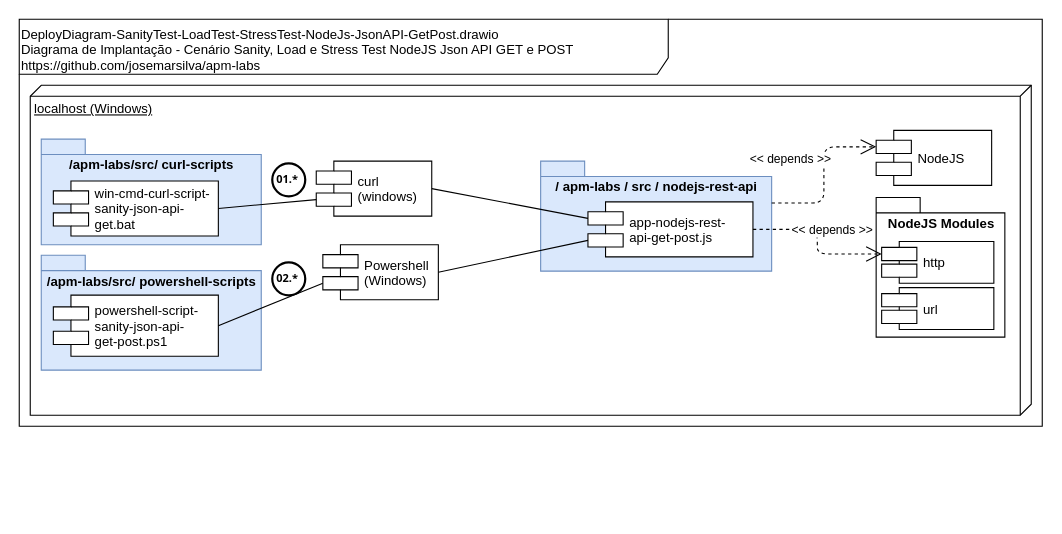
Above: doc/DeployDiagram-SanityTest-LoadTest-StressTest-NodeJs-JsonAPI-GetPost.drawio in josemarsilva/apm-labs (draw.io), before the change. Source tidied: cells renumbered, new cells numbered last; positions are measured from the earlier drawing's top-left corner, leaving out a move shared by most shapes. Both pictures are drawn from the tidied source at 110%, with x=0, y=0 at pixel (19, 19).
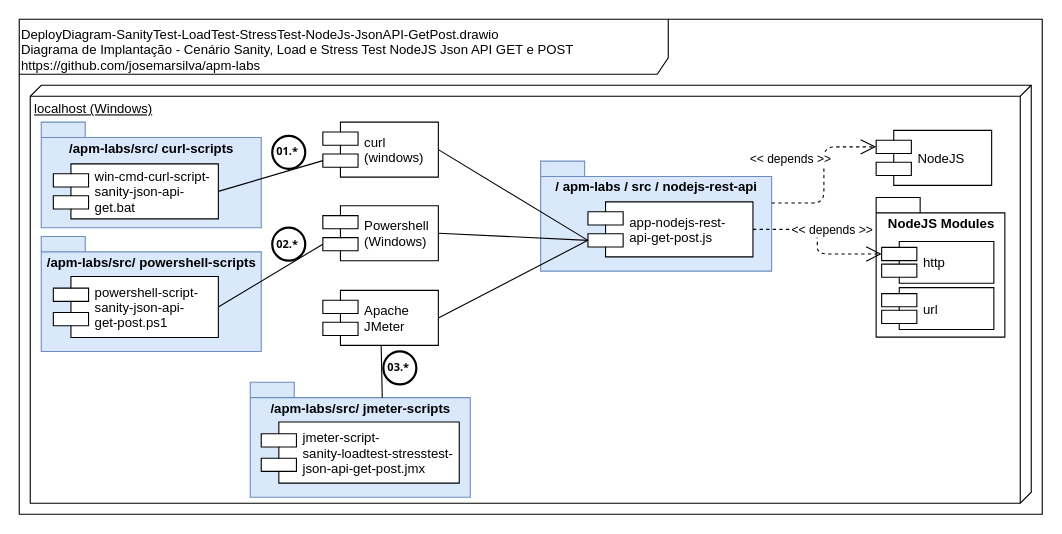
After the change.

Commit message (it also covers changes not shown here):
doc/DeployDiagram, README Payload, JSon id

The change refers to these unchanged cells:
```xml
<mxCell id="6" value="app-nodejs-rest-&#10;api-get-post.js" style="shape=component;align=left;spacingLeft=36;" parent="1" vertex="1">
  <mxGeometry x="517" y="166" width="150" height="50" as="geometry" />
</mxCell>
```

Diff of the diagram source:
```diff
@@
     <mxCell id="2" value="DeployDiagram-SanityTest-LoadTest-StressTest-NodeJs-JsonAPI-GetPost.drawio&lt;br&gt;Diagrama de Implantação - Cenário Sanity, Load e Stress Test NodeJS Json API GET e POST&lt;br&gt;https://github.com/josemarsilva/apm-labs" style="shape=umlFrame;whiteSpace=wrap;html=1;width=590;height=50;verticalAlign=top;align=left;" parent="1" vertex="1">
-      <mxGeometry width="930" height="370" as="geometry" />
+      <mxGeometry width="930" height="450" as="geometry" />
     </mxCell>
     <mxCell id="3" value="localhost (Windows)" style="verticalAlign=top;align=left;spacingTop=8;spacingLeft=2;spacingRight=12;shape=cube;size=10;direction=south;fontStyle=4;html=1;" parent="1" vertex="1">
-      <mxGeometry x="10" y="60" width="910" height="300" as="geometry" />
+      <mxGeometry x="10" y="60" width="910" height="380" as="geometry" />
     </mxCell>
     <mxCell id="4" value="curl&#10;(windows)" style="shape=component;align=left;spacingLeft=36;" parent="1" vertex="1">
-      <mxGeometry x="270" y="129" width="105" height="50" as="geometry" />
+      <mxGeometry x="276" y="93.5" width="105" height="50" as="geometry" />
     </mxCell>
@@
     <mxCell id="12" value="/apm-labs/src/&amp;nbsp;&lt;span style=&quot;text-align: left&quot;&gt;curl-scripts&lt;/span&gt;" style="shape=folder;fontStyle=1;spacingTop=10;tabWidth=40;tabHeight=14;tabPosition=left;html=1;verticalAlign=top;fillColor=#dae8fc;strokeColor=#6c8ebf;" parent="1" vertex="1">
-      <mxGeometry x="20" y="109" width="200" height="96" as="geometry" />
+      <mxGeometry x="20" y="93.5" width="200" height="96" as="geometry" />
     </mxCell>
     <mxCell id="13" value="win-cmd-curl-script-&#10;sanity-json-api-&#10;get.bat" style="shape=component;align=left;spacingLeft=36;" parent="1" vertex="1">
-      <mxGeometry x="31" y="147" width="150" height="50" as="geometry" />
+      <mxGeometry x="31" y="131.5" width="150" height="50" as="geometry" />
     </mxCell>
     <mxCell id="14" value="01.*" style="ellipse;whiteSpace=wrap;html=1;strokeWidth=2;fontFamily=Tahoma;spacingBottom=4;spacingRight=2;fontStyle=1;fontSize=10;" parent="1" vertex="1">
-      <mxGeometry x="230" y="131" width="30" height="30" as="geometry" />
+      <mxGeometry x="230" y="106" width="30" height="30" as="geometry" />
     </mxCell>
@@
-    <mxCell id="16" style="endArrow=none;startArrow=none;endFill=0;startFill=0;html=1;exitX=1;exitY=0.5;exitDx=0;exitDy=0;entryX=0;entryY=0.3;entryDx=0;entryDy=0;rounded=0;" parent="1" edge="1" source="4" target="6">
+    <mxCell id="16" style="endArrow=none;startArrow=none;endFill=0;startFill=0;html=1;exitX=1;exitY=0.5;exitDx=0;exitDy=0;entryX=0;entryY=0.7;entryDx=0;entryDy=0;rounded=0;" parent="1" edge="1" source="4" target="6">
       <mxGeometry relative="1" as="geometry" />
     </mxCell>
     <mxCell id="17" value="&lt;div style=&quot;text-align: left&quot;&gt;&lt;span&gt;/apm-labs/src/&amp;nbsp;&lt;/span&gt;&lt;span&gt;powershell-scripts&lt;/span&gt;&lt;/div&gt;" style="shape=folder;fontStyle=1;spacingTop=10;tabWidth=40;tabHeight=14;tabPosition=left;html=1;verticalAlign=top;fillColor=#dae8fc;strokeColor=#6c8ebf;" parent="1" vertex="1">
-      <mxGeometry x="20" y="214.5" width="200" height="104.5" as="geometry" />
+      <mxGeometry x="20" y="197.5" width="200" height="104.5" as="geometry" />
     </mxCell>
@@
     <mxCell id="19" value="powershell-script-&#10;sanity-json-api-&#10;get-post.ps1" style="shape=component;align=left;spacingLeft=36;" parent="1" vertex="1">
-      <mxGeometry x="31" y="250.8" width="150" height="55.5" as="geometry" />
+      <mxGeometry x="31" y="233.8" width="150" height="55.5" as="geometry" />
     </mxCell>
@@
     <mxCell id="21" value="Powershell&#10;(Windows)" style="shape=component;align=left;spacingLeft=36;" parent="1" vertex="1">
-      <mxGeometry x="276" y="205" width="105" height="50" as="geometry" />
+      <mxGeometry x="276" y="169.5" width="105" height="50" as="geometry" />
     </mxCell>
@@
     <mxCell id="23" value="02.*" style="ellipse;whiteSpace=wrap;html=1;strokeWidth=2;fontFamily=Tahoma;spacingBottom=4;spacingRight=2;fontStyle=1;fontSize=10;" parent="1" vertex="1">
-      <mxGeometry x="230" y="221" width="30" height="30" as="geometry" />
+      <mxGeometry x="230" y="189.5" width="30" height="30" as="geometry" />
     </mxCell>
+    <mxCell id="24" value="&lt;div style=&quot;text-align: left&quot;&gt;&lt;span&gt;/apm-labs/src/&amp;nbsp;&lt;/span&gt;&lt;span&gt;jmeter-scripts&lt;/span&gt;&lt;/div&gt;" style="shape=folder;fontStyle=1;spacingTop=10;tabWidth=40;tabHeight=14;tabPosition=left;html=1;verticalAlign=top;fillColor=#dae8fc;strokeColor=#6c8ebf;" parent="1" vertex="1">
+      <mxGeometry x="210" y="330" width="200" height="104.5" as="geometry" />
+    </mxCell>
+    <mxCell id="25" value="jmeter-script-&#10;sanity-loadtest-stresstest-&#10;json-api-get-post.jmx" style="shape=component;align=left;spacingLeft=36;" parent="1" vertex="1">
+      <mxGeometry x="220" y="366.2" width="180" height="55.5" as="geometry" />
+    </mxCell>
+    <mxCell id="26" style="rounded=0;jettySize=auto;html=1;endArrow=none;endFill=0;fontSize=11;entryX=0;entryY=0;entryDx=120;entryDy=14;entryPerimeter=0;" parent="1" edge="1" source="27" target="24">
+      <mxGeometry relative="1" as="geometry" />
+    </mxCell>
+    <mxCell id="27" value="Apache &#10;JMeter" style="shape=component;align=left;spacingLeft=36;" parent="1" vertex="1">
+      <mxGeometry x="276" y="246.5" width="105" height="50" as="geometry" />
+    </mxCell>
+    <mxCell id="28" value="03.*" style="ellipse;whiteSpace=wrap;html=1;strokeWidth=2;fontFamily=Tahoma;spacingBottom=4;spacingRight=2;fontStyle=1;fontSize=10;" parent="1" vertex="1">
+      <mxGeometry x="331" y="302" width="30" height="30" as="geometry" />
+    </mxCell>
+    <mxCell id="29" style="endArrow=none;startArrow=none;endFill=0;startFill=0;html=1;exitX=1;exitY=0.5;exitDx=0;exitDy=0;entryX=0;entryY=0.7;entryDx=0;entryDy=0;rounded=0;" parent="1" edge="1" source="27" target="6">
+      <mxGeometry relative="1" as="geometry" />
+    </mxCell>
```
